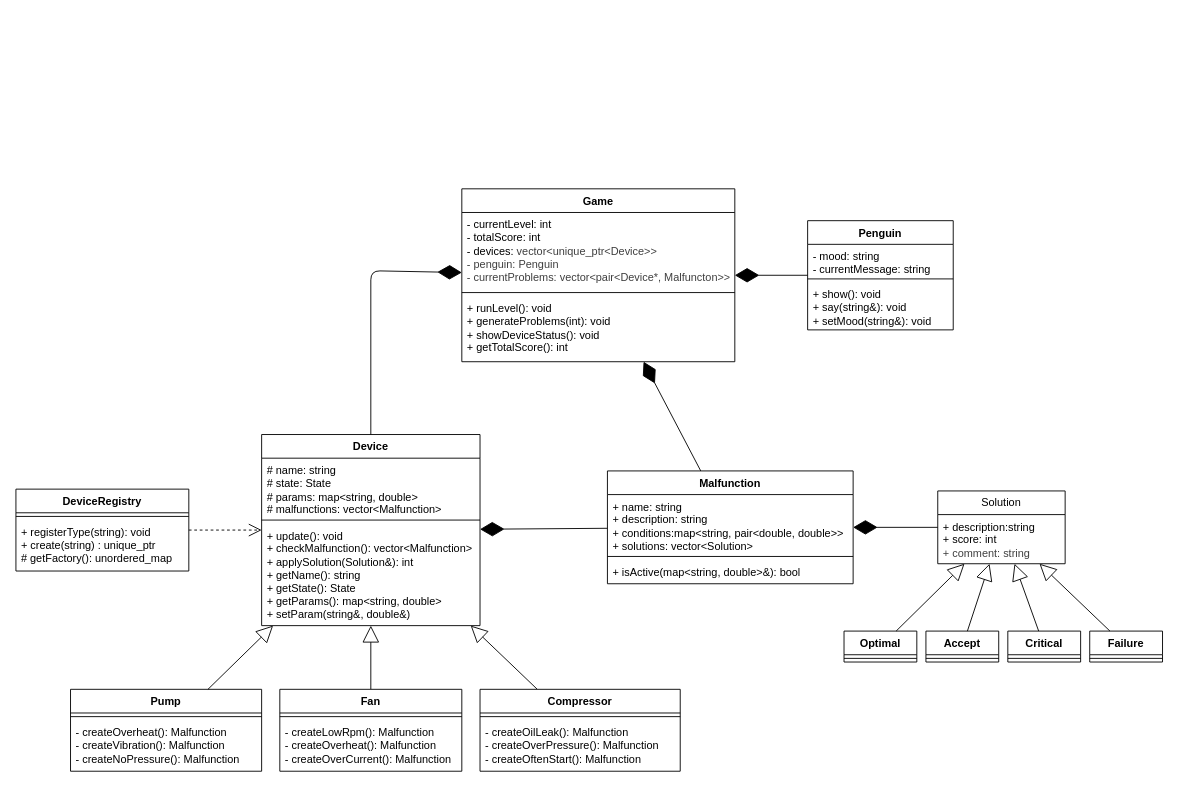
Before: docs/diagram.drawio in MARGO0901/otus-finalproject, a draw.io diagram. Source tidied: cells renumbered, new cells numbered last; positions are measured from the earlier drawing's top-left corner, leaving out a move shared by most shapes. Both pictures are drawn from the tidied source at 91%, with x=0, y=0 at pixel (15, 188).
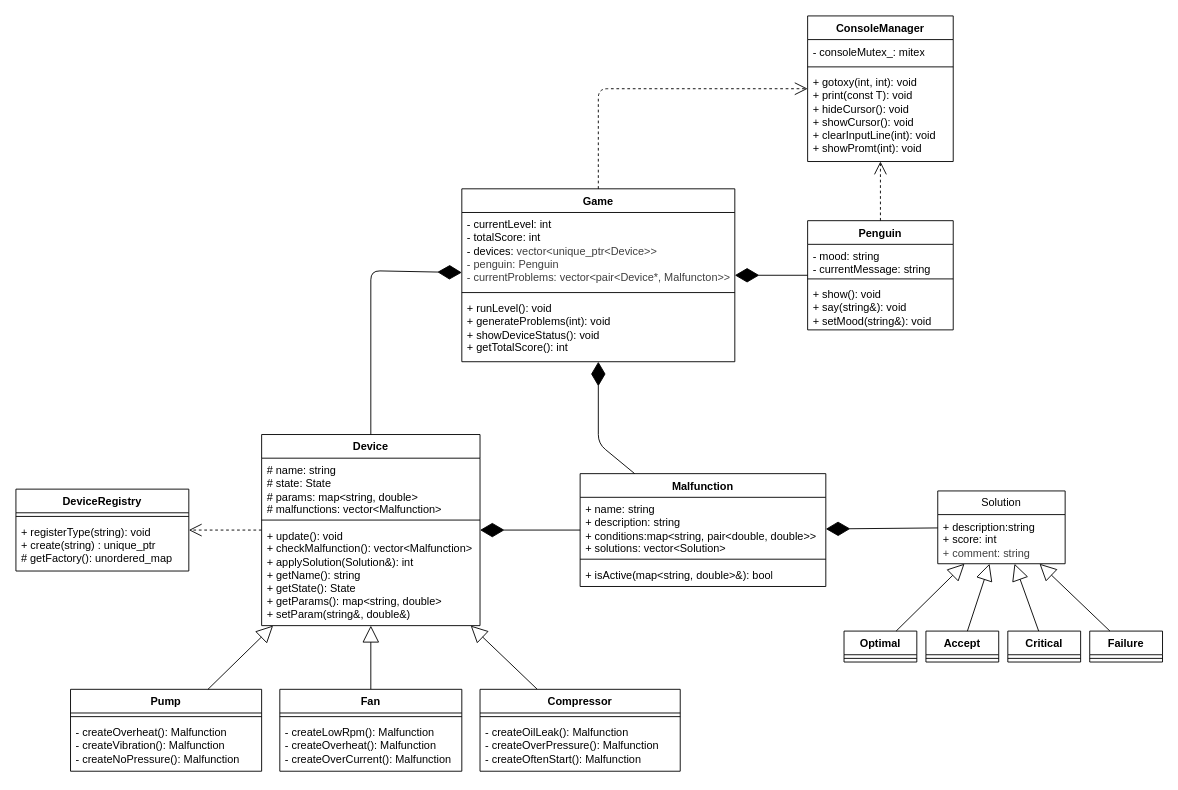
Above is the later version.

The change refers to these unchanged cells:
```xml
<mxCell id="2" value="Game" style="swimlane;fontStyle=1;align=center;verticalAlign=top;horizontal=1;startSize=26;whiteSpace=wrap;html=1;" parent="1" vertex="1">
  <mxGeometry x="490" width="300" height="190" as="geometry" />
</mxCell>
<mxCell id="6" value="Device" style="swimlane;fontStyle=1;align=center;verticalAlign=top;horizontal=1;startSize=26;whiteSpace=wrap;html=1;" parent="1" vertex="1">
  <mxGeometry x="270" y="270" width="240" height="210" as="geometry" />
</mxCell>
<mxCell id="25" value="Penguin" style="swimlane;fontStyle=1;align=center;verticalAlign=top;horizontal=1;startSize=26;whiteSpace=wrap;html=1;" parent="1" vertex="1">
  <mxGeometry x="870" y="35" width="160" height="120" as="geometry" />
</mxCell>
<mxCell id="48" value="DeviceRegistry" style="swimlane;fontStyle=1;align=center;verticalAlign=top;horizontal=1;startSize=26;whiteSpace=wrap;html=1;" parent="1" vertex="1">
  <mxGeometry y="330" width="190" height="90" as="geometry" />
</mxCell>
```

The edit, as a diff of the source:
```diff
@@
     <mxCell id="17" value="Malfunction" style="swimlane;fontStyle=1;align=center;verticalAlign=top;horizontal=1;startSize=26;whiteSpace=wrap;html=1;" parent="1" vertex="1">
-      <mxGeometry x="650" y="310" width="270" height="124" as="geometry" />
+      <mxGeometry x="620" y="313" width="270" height="124" as="geometry" />
     </mxCell>
@@
     <mxCell id="24" style="endArrow=diamondThin;endFill=1;endSize=24;html=1;" parent="1" edge="1" source="17" target="2">
-      <mxGeometry relative="1" as="geometry" />
+      <mxGeometry relative="1" as="geometry">
+        <Array as="points">
+          <mxPoint x="640" y="280" />
+        </Array>
+      </mxGeometry>
     </mxCell>
@@
-    <mxCell id="51" style="endArrow=open;endSize=12;dashed=1;html=1;" parent="1" edge="1" source="48" target="6">
+    <mxCell id="51" style="endArrow=open;endSize=12;dashed=1;html=1;" parent="1" edge="1" source="6" target="48">
       <mxGeometry relative="1" as="geometry" />
     </mxCell>
@@
+    <mxCell id="53" value="ConsoleManager" style="swimlane;fontStyle=1;align=center;verticalAlign=top;horizontal=1;startSize=26;whiteSpace=wrap;html=1;" parent="1" vertex="1">
+      <mxGeometry x="870" y="-190" width="160" height="160" as="geometry" />
+    </mxCell>
+    <mxCell id="54" value="- consoleMutex_: mitex" style="text;strokeColor=none;fillColor=none;align=left;verticalAlign=top;spacingLeft=4;spacingRight=4;overflow=hidden;whiteSpace=wrap;html=1;" parent="53" vertex="1">
+      <mxGeometry y="26" width="160" height="26" as="geometry" />
+    </mxCell>
+    <mxCell id="55" style="line;strokeWidth=1;fillColor=none;align=left;verticalAlign=middle;spacingTop=-1;spacingLeft=3;spacingRight=3;labelPosition=right;strokeColor=inherit;" parent="53" vertex="1">
+      <mxGeometry y="52" width="160" height="8" as="geometry" />
+    </mxCell>
+    <mxCell id="56" value="+ gotoxy(int, int): void&lt;div&gt;+ print(const T): void&lt;/div&gt;&lt;div&gt;+ hideCursor(): void&lt;/div&gt;&lt;div&gt;+ showCursor(): void&lt;/div&gt;&lt;div&gt;+ clearInputLine(int): void&lt;/div&gt;&lt;div&gt;+ showPromt(int): void&lt;/div&gt;" style="text;strokeColor=none;fillColor=none;align=left;verticalAlign=top;spacingLeft=4;spacingRight=4;overflow=hidden;whiteSpace=wrap;html=1;" parent="53" vertex="1">
+      <mxGeometry y="60" width="160" height="100" as="geometry" />
+    </mxCell>
+    <mxCell id="57" style="endArrow=open;endSize=12;dashed=1;html=1;" parent="1" edge="1" source="2" target="53">
+      <mxGeometry relative="1" as="geometry">
+        <Array as="points">
+          <mxPoint x="640" y="-110" />
+        </Array>
+      </mxGeometry>
+    </mxCell>
+    <mxCell id="58" style="endArrow=open;endSize=12;dashed=1;html=1;" parent="1" edge="1" source="25" target="53">
+      <mxGeometry relative="1" as="geometry" />
+    </mxCell>
```
